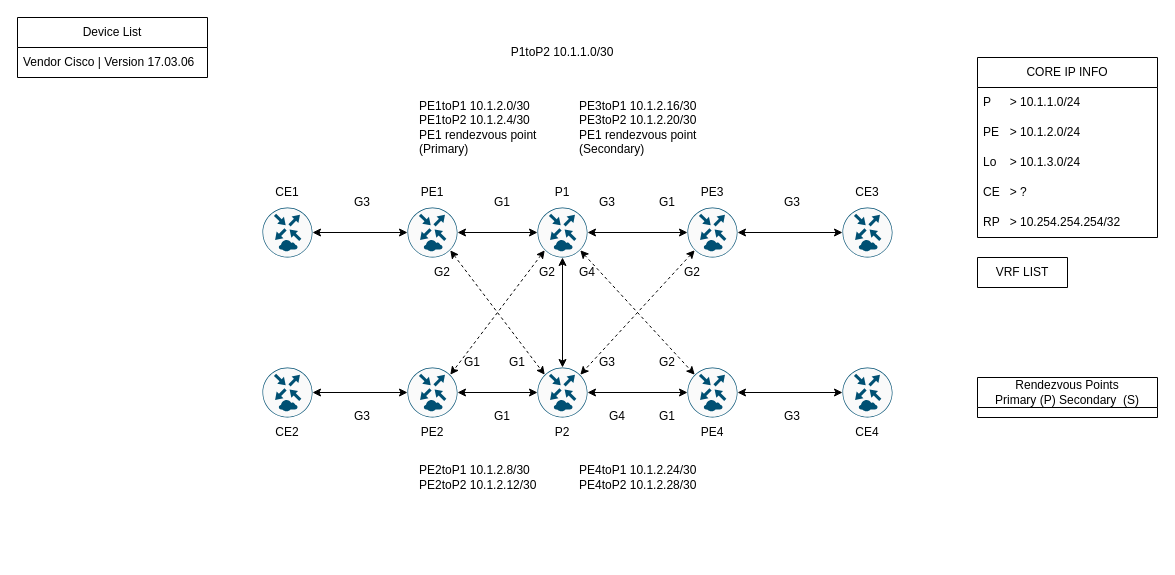
Before: page "MPLS CORE P Configuration" (3 of 3) of MPLS.drawio in vxmaster/CML, a draw.io diagram. Source tidied: cells renumbered, new cells numbered last; positions are measured from the earlier drawing's top-left corner, leaving out a move shared by most shapes. Both pictures are drawn from the tidied source at 100%, with x=0, y=0 at pixel (17, 17).
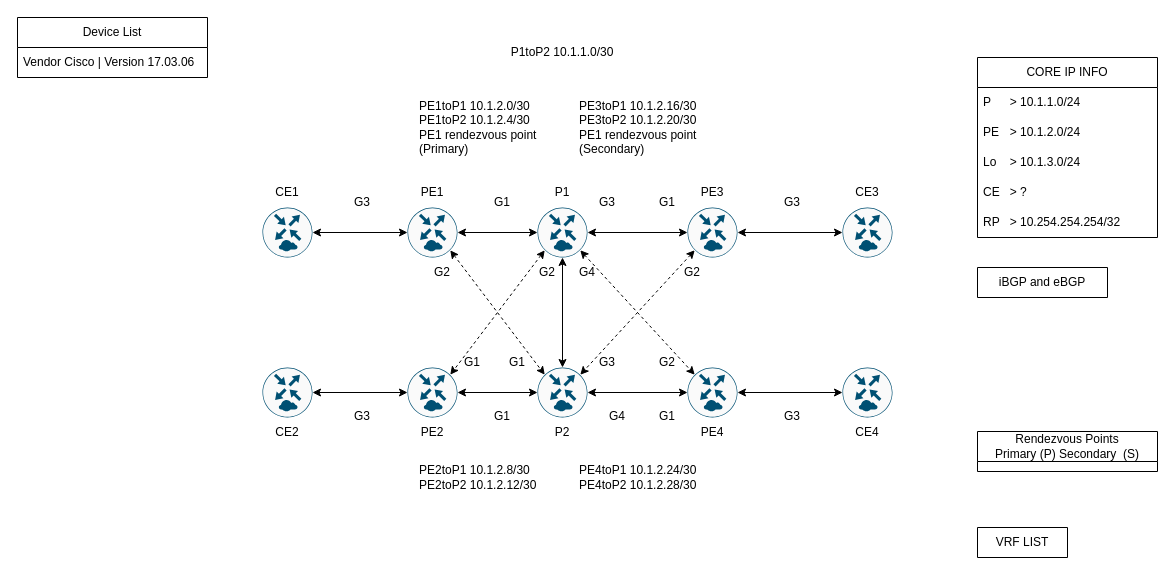
The same page after the edit.

What changed in the source:
```diff
@@
     <mxCell id="44" value="VRF LIST" style="swimlane;fontStyle=0;horizontal=1;startSize=30;whiteSpace=wrap;html=1;" parent="1" vertex="1" collapsed="1">
-      <mxGeometry x="960" y="240" width="90" height="30" as="geometry" />
+      <mxGeometry x="960" y="510" width="90" height="30" as="geometry" />
     </mxCell>
     <mxCell id="45" value="Rendezvous Points&lt;br&gt;Primary (P) Secondary&amp;nbsp; (S)" style="swimlane;fontStyle=0;horizontal=1;startSize=30;whiteSpace=wrap;html=1;" parent="1" vertex="1" collapsed="1">
-      <mxGeometry x="960" y="360" width="180" height="40" as="geometry" />
+      <mxGeometry x="960" y="414" width="180" height="40" as="geometry" />
     </mxCell>
@@
+    <mxCell id="75" value="iBGP and eBGP" style="swimlane;fontStyle=0;horizontal=1;startSize=30;whiteSpace=wrap;html=1;" parent="1" vertex="1" collapsed="1">
+      <mxGeometry x="960" y="250" width="130" height="30" as="geometry" />
+    </mxCell>
```
